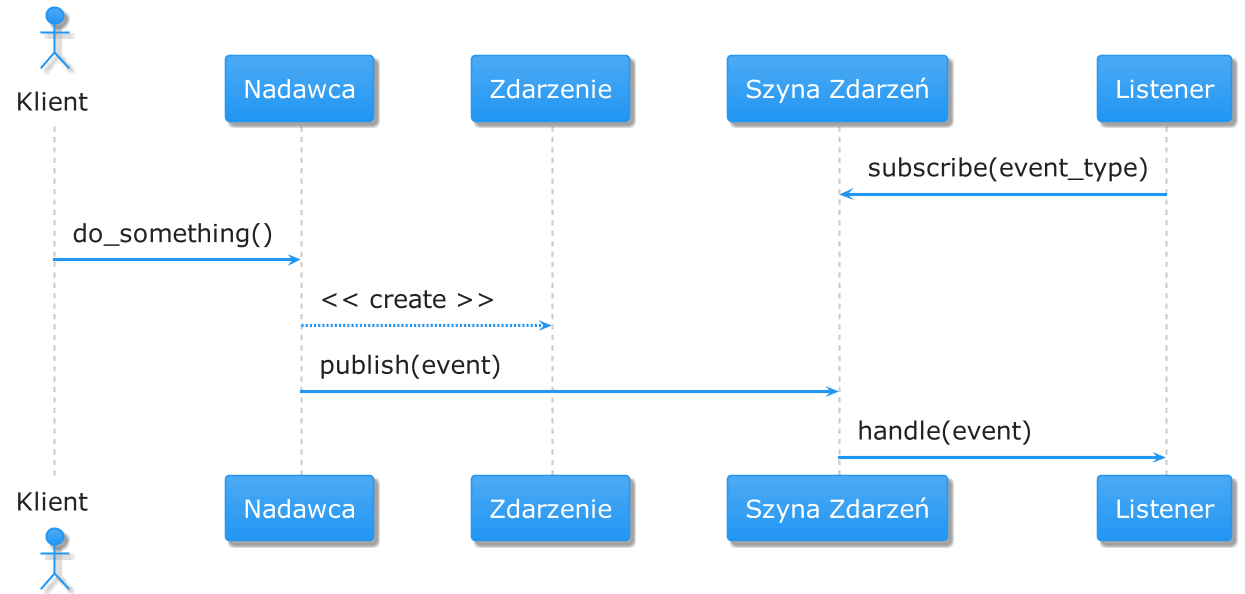
Above: diagrams/8_3_sender_event_bus_listener.png in Enforcer/implementing-the-clean-architecture (PlantUML), before the change. Source of this version:
```plantuml
@startuml
!include https://raw.githubusercontent.com/bschwarz/puml-themes/master/themes/materia/puml-theme-materia.puml
skinparam defaultFontSize 24

actor Klient as client
participant Nadawca as sender
participant Zdarzenie as event
participant "Szyna Zdarzeń" as event_bus
participant Listener as listener

listener -> event_bus: subscribe(event_type)
client -> sender: do_something()
sender --> event: << create >>
sender -> event_bus: publish(event)
event_bus -> listener: handle(event)

@enduml
```
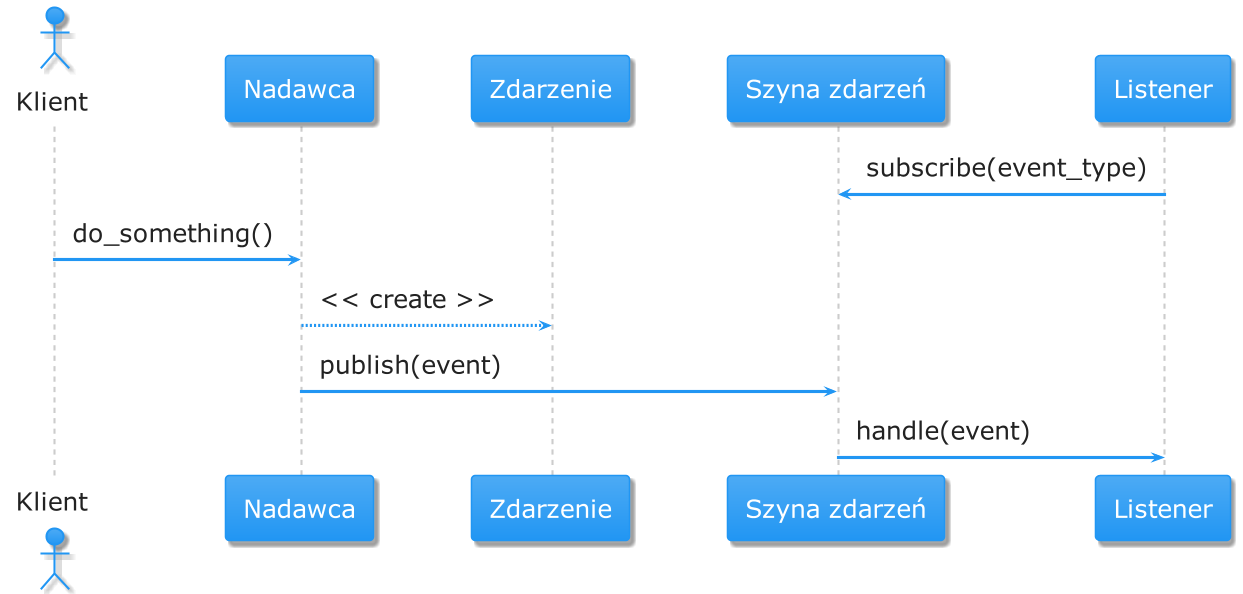
After the change.

The edit, as a diff of the source:
```diff
@@ -5,7 +5,7 @@
 actor Klient as client
 participant Nadawca as sender
 participant Zdarzenie as event
-participant "Szyna Zdarzeń" as event_bus
+participant "Szyna zdarzeń" as event_bus
 participant Listener as listener
 
 listener -> event_bus: subscribe(event_type)
```
